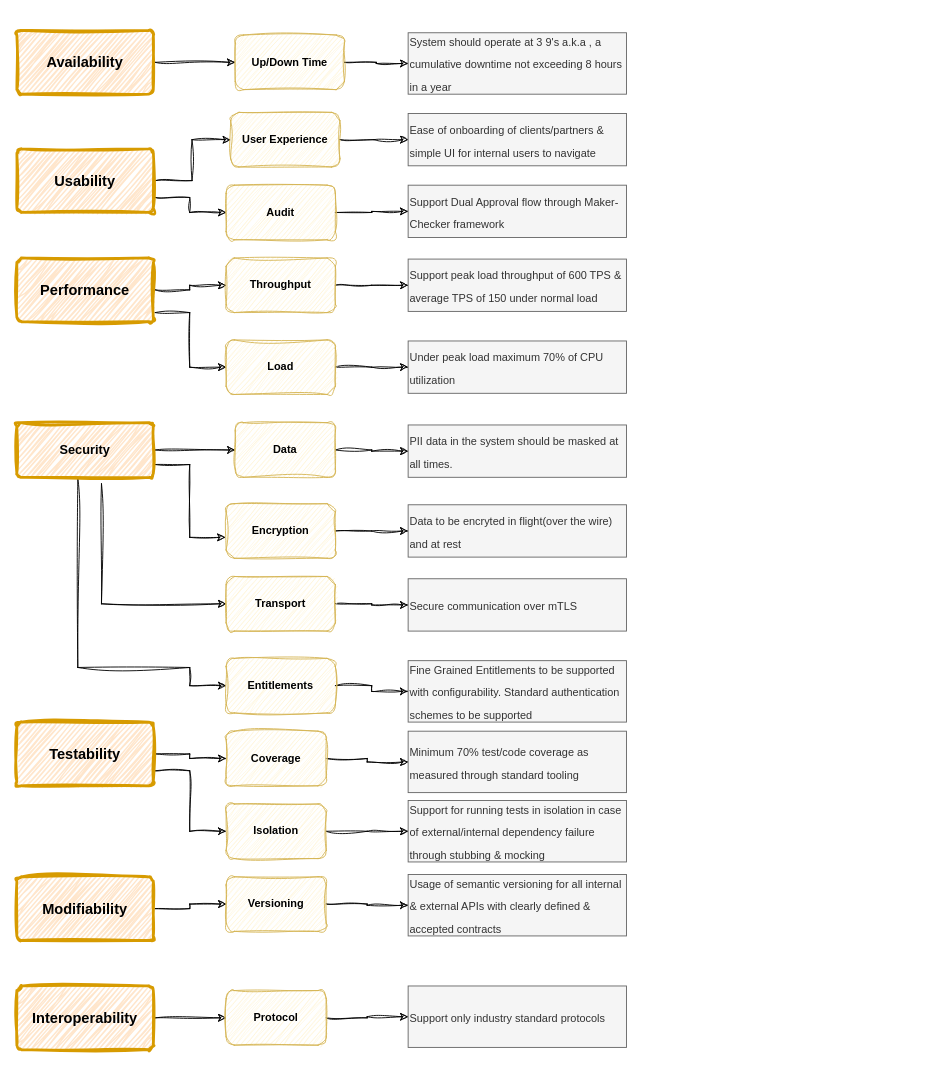
suhasark/bits-mtech-work keeps this draw.io diagram as page "SA" (6 of 6) of Parking.drawio. Above is the earlier version. Source tidied: cells renumbered, new cells numbered last; positions are measured from the earlier drawing's top-left corner, leaving out a move shared by most shapes. Both pictures are drawn from the tidied source at 91%, with x=0, y=0 at pixel (16, 30).
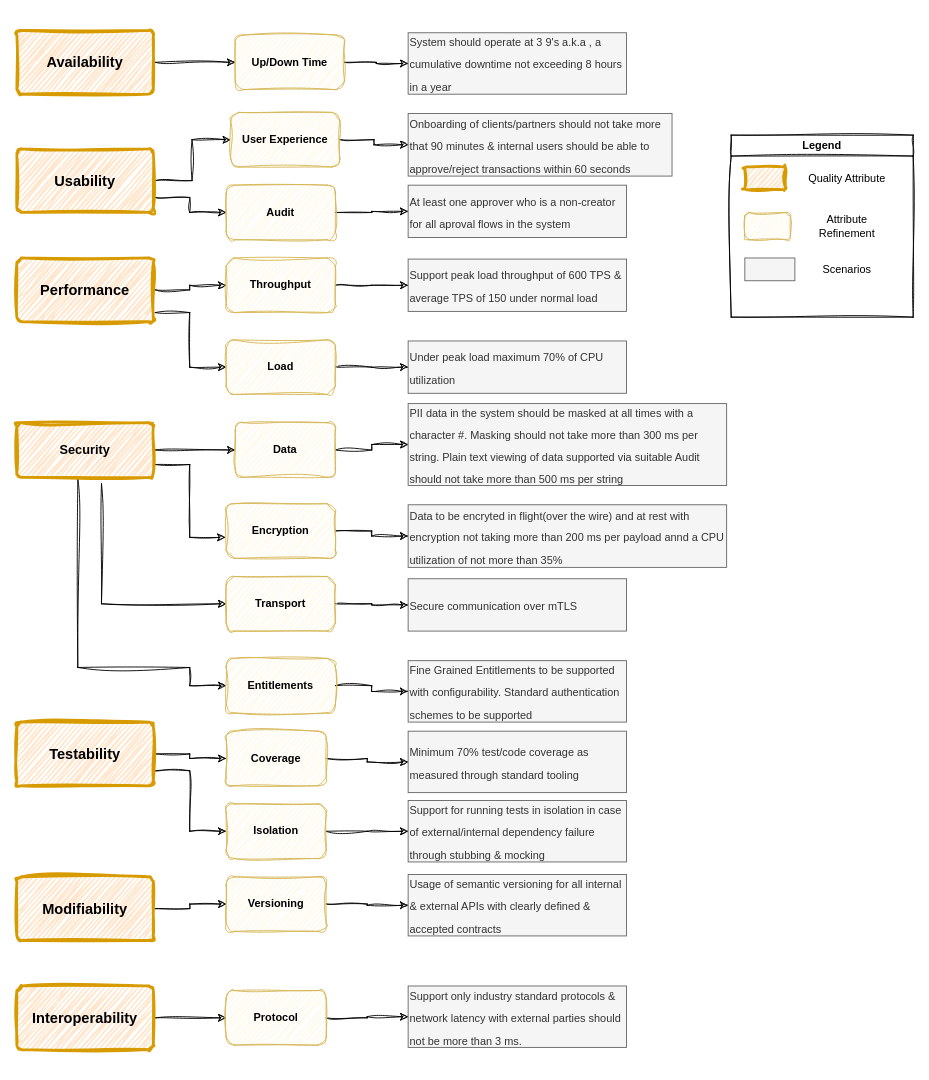
Above is the later version.

Change to the diagram source:
```diff
@@
-    <mxCell id="27" value="&lt;h1 style=&quot;border-color: var(--border-color); line-height: 80%;&quot;&gt;&lt;font style=&quot;font-size: 12px; font-weight: normal;&quot;&gt;Ease of onboarding of clients/partners &amp;amp; simple UI for internal users to navigate&lt;/font&gt;&lt;/h1&gt;" style="text;html=1;align=left;verticalAlign=middle;whiteSpace=wrap;rounded=0;fillColor=#f5f5f5;fontColor=#333333;strokeColor=#666666;" parent="1" vertex="1">
-      <mxGeometry x="430" y="91.2" width="240" height="57.5" as="geometry" />
+    <mxCell id="27" value="&lt;h1 style=&quot;border-color: var(--border-color); line-height: 80%;&quot;&gt;&lt;font style=&quot;font-size: 12px; font-weight: normal;&quot;&gt;Onboarding of clients/partners should not take more that 90 minutes &amp;amp; internal users should be able to approve/reject transactions within 60 seconds&lt;/font&gt;&lt;/h1&gt;" style="text;html=1;align=left;verticalAlign=middle;whiteSpace=wrap;rounded=0;fillColor=#f5f5f5;fontColor=#333333;strokeColor=#666666;" parent="1" vertex="1">
+      <mxGeometry x="430" y="91.2" width="290" height="68.8" as="geometry" />
     </mxCell>
@@
-    <mxCell id="36" value="&lt;h1 style=&quot;border-color: var(--border-color); line-height: 80%;&quot;&gt;&lt;font style=&quot;font-size: 12px; font-weight: normal;&quot;&gt;PII data in the system should be masked at all times.&amp;nbsp;&lt;/font&gt;&lt;/h1&gt;" style="text;html=1;align=left;verticalAlign=middle;whiteSpace=wrap;rounded=0;fillColor=#f5f5f5;fontColor=#333333;strokeColor=#666666;" parent="1" vertex="1">
-      <mxGeometry x="430" y="433.5" width="240" height="57.5" as="geometry" />
+    <mxCell id="36" value="&lt;h1 style=&quot;border-color: var(--border-color); line-height: 80%;&quot;&gt;&lt;font style=&quot;font-size: 12px; font-weight: normal;&quot;&gt;PII data in the system should be masked at all times with a character #. Masking should not take more than 300 ms per string. Plain text viewing of data supported via suitable Audit should not take more than 500 ms per string&lt;/font&gt;&lt;/h1&gt;" style="text;html=1;align=left;verticalAlign=middle;whiteSpace=wrap;rounded=0;fillColor=#f5f5f5;fontColor=#333333;strokeColor=#666666;" parent="1" vertex="1">
+      <mxGeometry x="430" y="410" width="350" height="90" as="geometry" />
     </mxCell>
@@
-    <mxCell id="39" value="&lt;h1 style=&quot;border-color: var(--border-color); line-height: 80%;&quot;&gt;&lt;font style=&quot;font-size: 12px; font-weight: normal;&quot;&gt;Data to be encryted in flight(over the wire) and at rest&lt;/font&gt;&lt;/h1&gt;" style="text;html=1;align=left;verticalAlign=middle;whiteSpace=wrap;rounded=0;fillColor=#f5f5f5;fontColor=#333333;strokeColor=#666666;" parent="1" vertex="1">
-      <mxGeometry x="430" y="521.2" width="240" height="57.5" as="geometry" />
+    <mxCell id="39" value="&lt;h1 style=&quot;border-color: var(--border-color); line-height: 80%;&quot;&gt;&lt;font style=&quot;font-size: 12px; font-weight: normal;&quot;&gt;Data to be encryted in flight(over the wire) and at rest with encryption not taking more than 200 ms per payload annd a CPU utilization of not more than 35%&lt;/font&gt;&lt;/h1&gt;" style="text;html=1;align=left;verticalAlign=middle;whiteSpace=wrap;rounded=0;fillColor=#f5f5f5;fontColor=#333333;strokeColor=#666666;" parent="1" vertex="1">
+      <mxGeometry x="430" y="521.2" width="350" height="68.8" as="geometry" />
     </mxCell>
@@
-    <mxCell id="48" value="&lt;h1 style=&quot;border-color: var(--border-color); line-height: 80%;&quot;&gt;&lt;font style=&quot;font-size: 12px; font-weight: normal;&quot;&gt;Support Dual Approval flow through Maker-Checker framework&lt;/font&gt;&lt;/h1&gt;" style="text;html=1;align=left;verticalAlign=middle;whiteSpace=wrap;rounded=0;fillColor=#f5f5f5;fontColor=#333333;strokeColor=#666666;" parent="1" vertex="1">
+    <mxCell id="48" value="&lt;h1 style=&quot;border-color: var(--border-color); line-height: 80%;&quot;&gt;&lt;font style=&quot;font-size: 12px; font-weight: normal;&quot;&gt;At least one approver who is a non-creator for all aproval flows in the system&lt;/font&gt;&lt;/h1&gt;" style="text;html=1;align=left;verticalAlign=middle;whiteSpace=wrap;rounded=0;fillColor=#f5f5f5;fontColor=#333333;strokeColor=#666666;" parent="1" vertex="1">
       <mxGeometry x="430" y="170" width="240" height="57.5" as="geometry" />
     </mxCell>
@@
-    <mxCell id="60" value="&lt;h1 style=&quot;border-color: var(--border-color); line-height: 80%;&quot;&gt;&lt;font style=&quot;font-size: 12px; font-weight: normal;&quot;&gt;Support only industry standard protocols&lt;/font&gt;&lt;/h1&gt;" style="text;html=1;align=left;verticalAlign=middle;whiteSpace=wrap;rounded=0;fillColor=#f5f5f5;fontColor=#333333;strokeColor=#666666;" parent="1" vertex="1">
+    <mxCell id="60" value="&lt;h1 style=&quot;border-color: var(--border-color); line-height: 80%;&quot;&gt;&lt;font style=&quot;font-size: 12px; font-weight: normal;&quot;&gt;Support only industry standard protocols &amp;amp; network latency with external parties should not be more than 3 ms.&lt;/font&gt;&lt;/h1&gt;" style="text;html=1;align=left;verticalAlign=middle;whiteSpace=wrap;rounded=0;fillColor=#f5f5f5;fontColor=#333333;strokeColor=#666666;" parent="1" vertex="1">
       <mxGeometry x="430" y="1050" width="240" height="67.5" as="geometry" />
     </mxCell>
+    <mxCell id="61" value="Legend" style="swimlane;whiteSpace=wrap;html=1;sketch=1;hachureGap=4;jiggle=2;curveFitting=1;" parent="1" vertex="1">
+      <mxGeometry x="785" y="115" width="200" height="200" as="geometry" />
+    </mxCell>
+    <mxCell id="62" style="rounded=1;whiteSpace=wrap;html=1;shadow=0;labelBackgroundColor=none;strokeColor=#d79b00;strokeWidth=3;fillColor=#ffe6cc;fontFamily=Helvetica;fontSize=16;align=center;fontStyle=1;spacing=5;arcSize=7;perimeterSpacing=2;sketch=1;hachureGap=4;jiggle=2;curveFitting=1;" parent="61" vertex="1">
+      <mxGeometry x="15" y="35" width="45" height="25" as="geometry" />
+    </mxCell>
+    <mxCell id="63" value="Quality Attribute" style="text;html=1;align=center;verticalAlign=middle;whiteSpace=wrap;rounded=0;" parent="61" vertex="1">
+      <mxGeometry x="75" y="32.5" width="105" height="30" as="geometry" />
+    </mxCell>
+    <mxCell id="64" style="rounded=1;whiteSpace=wrap;html=1;sketch=1;hachureGap=4;jiggle=2;curveFitting=1;fillColor=#fff2cc;strokeColor=#d6b656;" parent="61" vertex="1">
+      <mxGeometry x="15" y="85" width="50" height="30" as="geometry" />
+    </mxCell>
+    <mxCell id="65" value="Attribute Refinement" style="text;html=1;align=center;verticalAlign=middle;whiteSpace=wrap;rounded=0;" parent="61" vertex="1">
+      <mxGeometry x="75" y="85" width="105" height="30" as="geometry" />
+    </mxCell>
+    <mxCell id="66" value="&lt;h1 style=&quot;border-color: var(--border-color); line-height: 80%;&quot;&gt;&lt;br&gt;&lt;/h1&gt;" style="text;html=1;align=left;verticalAlign=middle;whiteSpace=wrap;rounded=0;fillColor=#f5f5f5;fontColor=#333333;strokeColor=#666666;" parent="61" vertex="1">
+      <mxGeometry x="15" y="135" width="55" height="25" as="geometry" />
+    </mxCell>
+    <mxCell id="67" value="Scenarios" style="text;html=1;align=center;verticalAlign=middle;whiteSpace=wrap;rounded=0;" parent="61" vertex="1">
+      <mxGeometry x="75" y="132.5" width="105" height="30" as="geometry" />
+    </mxCell>
```
